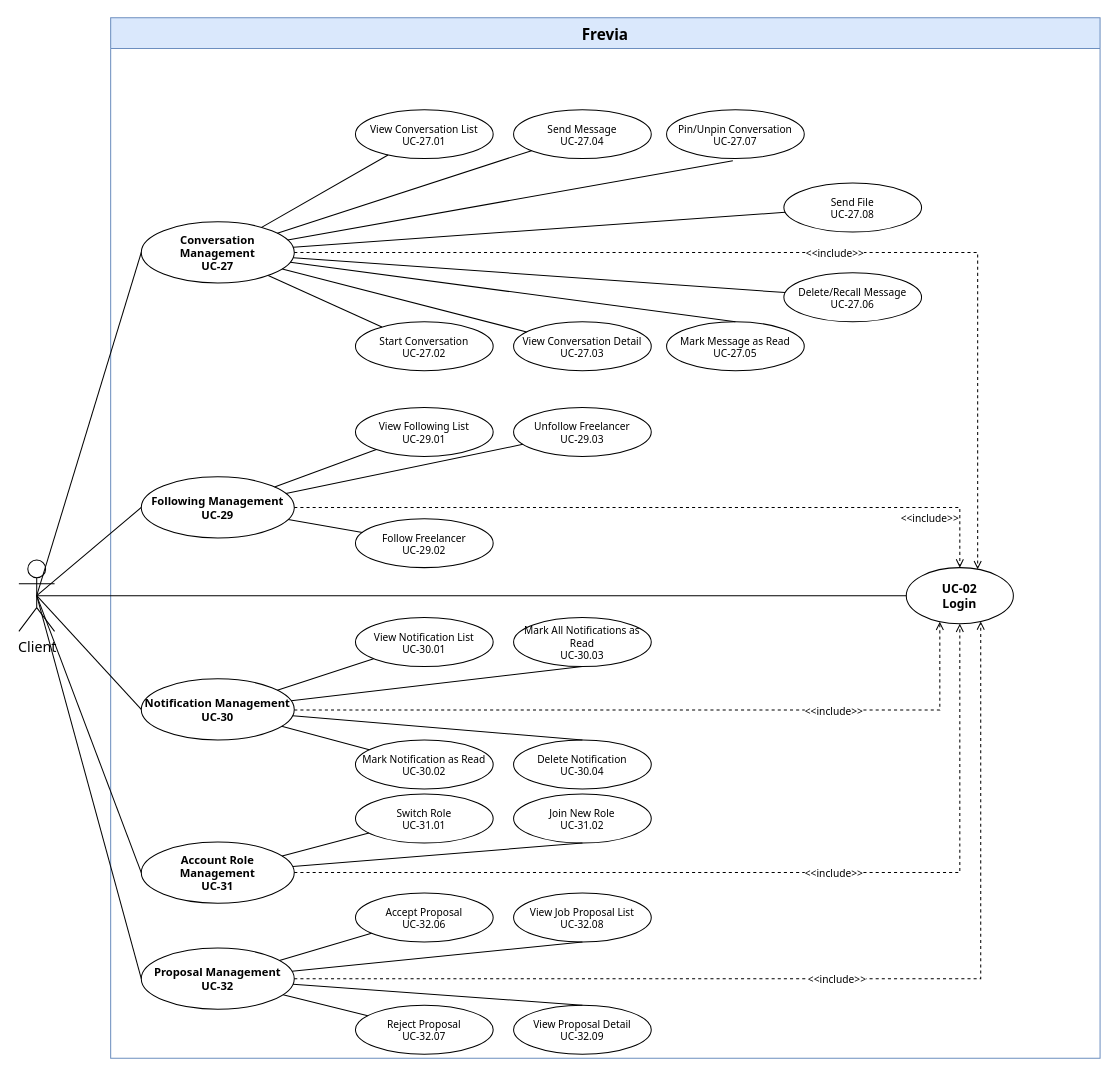
Thunggg/Frevia keeps this draw.io diagram as page "Client 5/6" (5 of 6) of uc-diagrams/Client.drawio. Above is the earlier version. Source tidied: cells renumbered, new cells numbered last; positions are measured from the earlier drawing's top-left corner, leaving out a move shared by most shapes. Both pictures are drawn from the tidied source at 102%, with x=0, y=0 at pixel (18, 17).
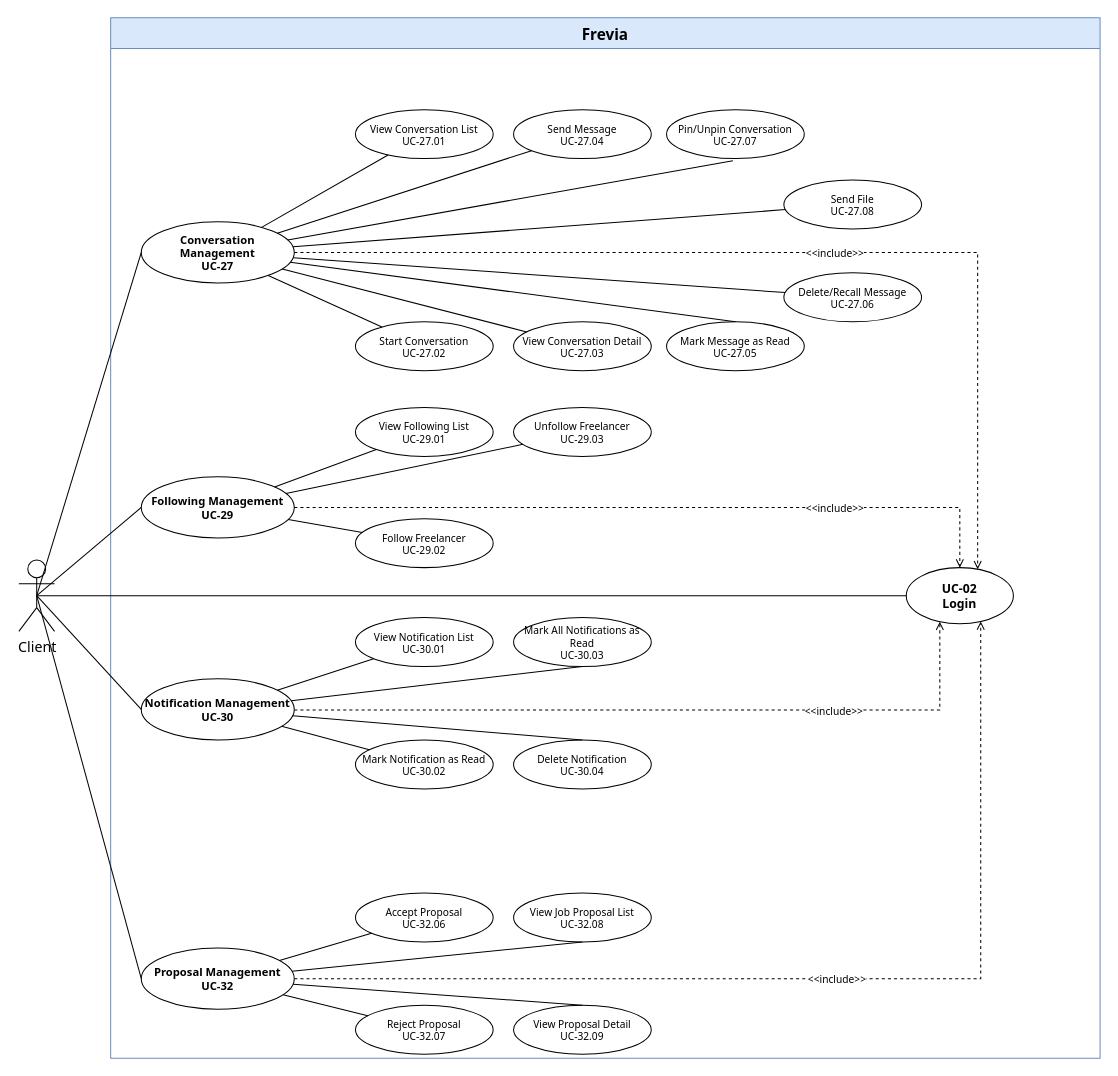
Above is the later version.

The change refers to these unchanged cells:
```xml
<mxCell id="2" value="Frevia" style="swimlane;whiteSpace=wrap;html=1;startSize=30;fontSize=15;fontFamily=Tahoma;fontStyle=1;fillColor=#dae8fc;strokeColor=#6c8ebf;" parent="1" vertex="1">
  <mxGeometry x="90" width="970" height="1020" as="geometry" />
</mxCell>
<mxCell id="3" value="UC-02&#10;Login" style="ellipse;whiteSpace=wrap;html=1;fontSize=12;fontFamily=Tahoma;fontStyle=1;fillColor=#ffffff;strokeColor=#000000;" parent="2" vertex="1">
  <mxGeometry x="780" y="539" width="105" height="55" as="geometry" />
</mxCell>
<mxCell id="13" value="Following Management&#10;UC-29" style="ellipse;whiteSpace=wrap;html=1;fontSize=11;fontFamily=Tahoma;fontStyle=1;fillColor=#ffffff;strokeColor=#000000;" parent="2" vertex="1">
  <mxGeometry x="30" y="450" width="150" height="60" as="geometry" />
</mxCell>
<mxCell id="32" value="Client" style="shape=umlActor;verticalLabelPosition=bottom;verticalAlign=top;html=1;outlineConnect=0;fontSize=14;fontFamily=Tahoma;" parent="1" vertex="1">
  <mxGeometry y="531.5" width="35" height="70" as="geometry" />
</mxCell>
```

Diff of the diagram source:
```diff
@@
     <mxCell id="12" value="Send File&#10;UC-27.08" style="ellipse;whiteSpace=wrap;html=1;fontSize=10;fontFamily=Tahoma;fillColor=#ffffff;strokeColor=#000000;" parent="2" vertex="1">
-      <mxGeometry x="660" y="162" width="135" height="48" as="geometry" />
+      <mxGeometry x="660" y="159" width="135" height="48" as="geometry" />
     </mxCell>
@@
-    <mxCell id="22" value="Account Role Management&#10;UC-31" style="ellipse;whiteSpace=wrap;html=1;fontSize=11;fontFamily=Tahoma;fontStyle=1;fillColor=#ffffff;strokeColor=#000000;" parent="2" vertex="1">
-      <mxGeometry x="30" y="808" width="150" height="60" as="geometry" />
-    </mxCell>
-    <mxCell id="23" value="Switch Role&#10;UC-31.01" style="ellipse;whiteSpace=wrap;html=1;fontSize=10;fontFamily=Tahoma;fillColor=#ffffff;strokeColor=#000000;" parent="2" vertex="1">
-      <mxGeometry x="240" y="761" width="135" height="48" as="geometry" />
-    </mxCell>
-    <mxCell id="24" value="Join New Role&#10;UC-31.02" style="ellipse;whiteSpace=wrap;html=1;fontSize=10;fontFamily=Tahoma;fillColor=#ffffff;strokeColor=#000000;" parent="2" vertex="1">
-      <mxGeometry x="395" y="761" width="135" height="48" as="geometry" />
-    </mxCell>
@@
     <mxCell id="45" value="&amp;lt;&amp;lt;include&amp;gt;&amp;gt;" style="edgeStyle=orthogonalEdgeStyle;rounded=0;endArrow=open;dashed=1;html=1;strokeColor=#000000;fontSize=10;fontFamily=Tahoma;labelBackgroundColor=#ffffff;align=center;verticalAlign=middle;" parent="1" edge="1" source="13" target="3">
-      <mxGeometry x="0.75" y="-10" relative="1" as="geometry" />
+      <mxGeometry x="0.49" relative="1" as="geometry" />
     </mxCell>
@@
-    <mxCell id="54" style="endArrow=none;html=1;rounded=0;fontFamily=Tahoma;fontSize=13;entryX=0;entryY=0.5;entryDx=0;entryDy=0;exitX=0.5;exitY=0.5;exitDx=0;exitDy=0;exitPerimeter=0;" parent="1" edge="1" source="32" target="22">
-      <mxGeometry relative="1" as="geometry" />
-    </mxCell>
-    <mxCell id="55" value="&amp;lt;&amp;lt;include&amp;gt;&amp;gt;" style="edgeStyle=orthogonalEdgeStyle;rounded=0;endArrow=open;dashed=1;html=1;strokeColor=#000000;fontSize=10;fontFamily=Tahoma;labelBackgroundColor=#ffffff;align=center;verticalAlign=middle;" parent="1" edge="1" source="22" target="3">
-      <mxGeometry x="0.18" relative="1" as="geometry" />
-    </mxCell>
-    <mxCell id="56" style="endArrow=none;html=1;rounded=0;fontFamily=Tahoma;fontSize=13;" parent="1" edge="1" source="22" target="23">
-      <mxGeometry relative="1" as="geometry" />
-    </mxCell>
-    <mxCell id="57" style="endArrow=none;html=1;rounded=0;fontFamily=Tahoma;fontSize=13;entryX=0.5;entryY=1;entryDx=0;entryDy=0;" parent="1" edge="1" source="22" target="24">
-      <mxGeometry relative="1" as="geometry" />
-    </mxCell>
```
